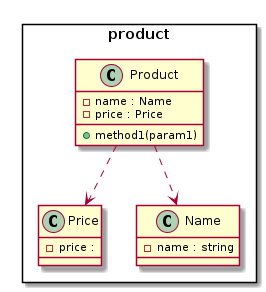
Earlier version of the PlantUML export output.png (smeghead/php-class-diagram).
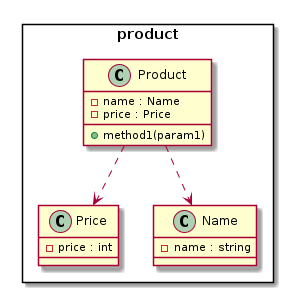
The same diagram one commit later.

The edit, as a diff of the source:
```diff
@@ -1,7 +1,7 @@
 @startuml class-diagram
   package product as product <<Rectangle>> {
     class product.Price {
-      -price :
+      -price : int
     }
     class product.Name {
       -name : string
```
